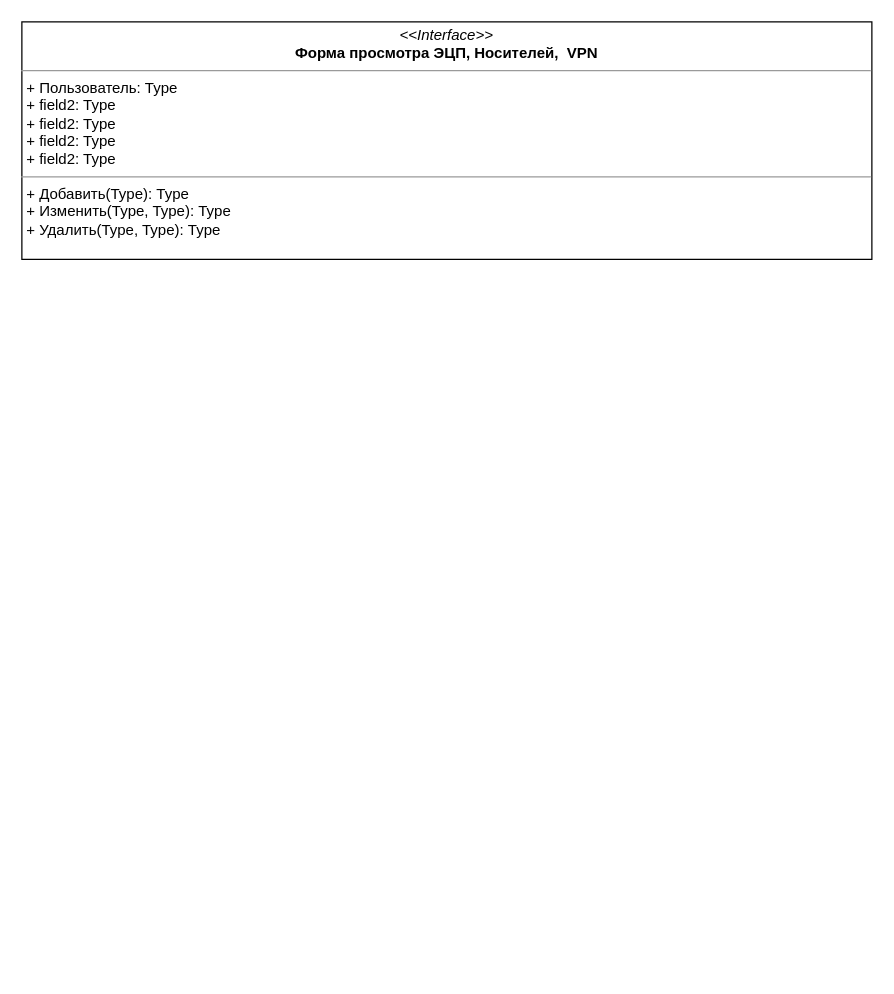
The draw.io diagram page "Формы" (2 of 2) of Ciska/Учет ЭЦП/Untitled Diagram.drawio in svoyakovav/diagrams, before the edit. Source tidied: cells renumbered, new cells numbered last; positions are measured from the earlier drawing's top-left corner, leaving out a move shared by most shapes. Both pictures are drawn from the tidied source at 125%, with x=0, y=0 at pixel (21, 21).
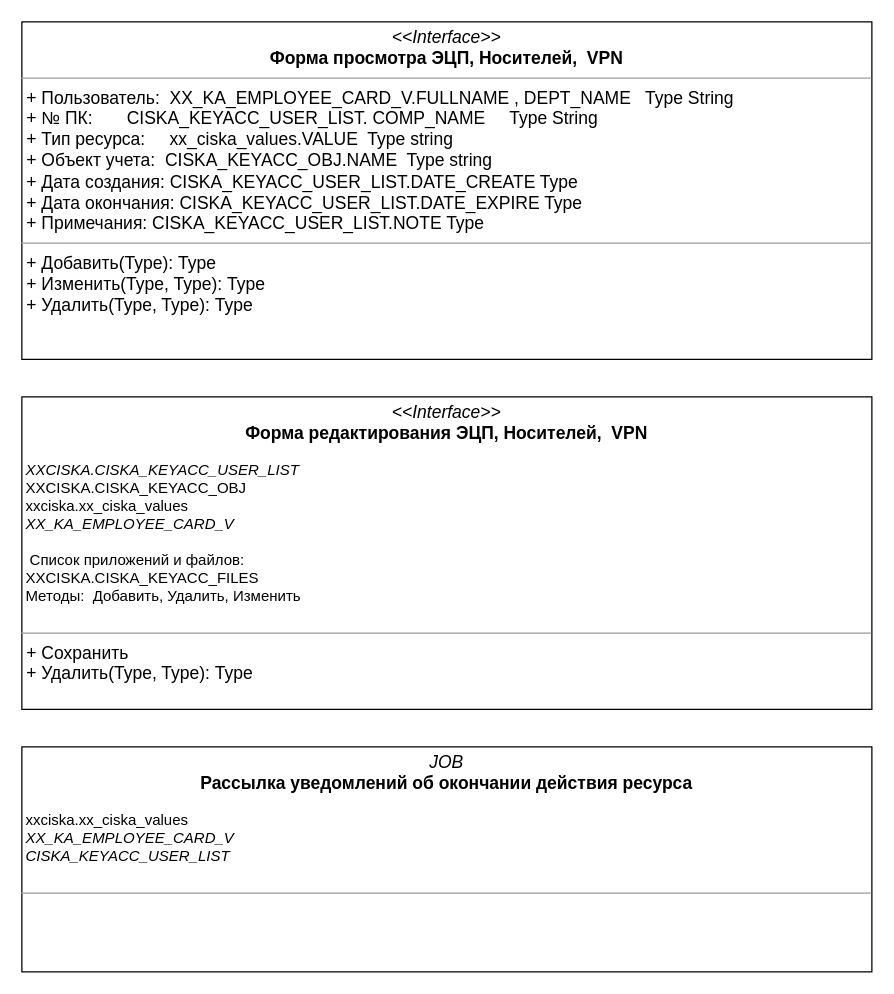
After the change.

The edit, as a diff of the source:
```diff
@@
 <mxGraphModel>
   <root>
     <mxCell id="0" />
     <mxCell id="1" parent="0" />
-    <mxCell id="2" value="&lt;p style=&quot;margin: 0px ; margin-top: 4px ; text-align: center&quot;&gt;&lt;i&gt;&amp;lt;&amp;lt;Interface&amp;gt;&amp;gt;&lt;/i&gt;&lt;br&gt;&lt;b&gt;Форма просмотра ЭЦП, Носителей,&amp;nbsp; VPN&lt;/b&gt;&lt;/p&gt;&lt;hr size=&quot;1&quot;&gt;&lt;p style=&quot;margin: 0px ; margin-left: 4px&quot;&gt;+ Пользователь: Type&lt;br&gt;+ field2: Type&lt;/p&gt;&lt;p style=&quot;margin: 0px ; margin-left: 4px&quot;&gt;+ field2: Type&lt;br&gt;&lt;/p&gt;&lt;p style=&quot;margin: 0px ; margin-left: 4px&quot;&gt;+ field2: Type&lt;br&gt;&lt;/p&gt;&lt;p style=&quot;margin: 0px ; margin-left: 4px&quot;&gt;+ field2: Type&lt;br&gt;&lt;/p&gt;&lt;hr size=&quot;1&quot;&gt;&lt;p style=&quot;margin: 0px ; margin-left: 4px&quot;&gt;+ Добавить(Type): Type&lt;br&gt;+ Изменить(Type, Type): Type&lt;/p&gt;&lt;p style=&quot;margin: 0px ; margin-left: 4px&quot;&gt;+ Удалить(Type, Type): Type&lt;br&gt;&lt;/p&gt;" style="verticalAlign=top;align=left;overflow=fill;fontSize=12;fontFamily=Helvetica;html=1;" parent="1" vertex="1">
-      <mxGeometry width="680" height="190" as="geometry" />
+    <mxCell id="2" value="&lt;p style=&quot;margin: 4px 0px 0px ; text-align: center ; font-size: 14px&quot;&gt;&lt;font style=&quot;font-size: 14px&quot;&gt;&lt;i&gt;&amp;lt;&amp;lt;Interface&amp;gt;&amp;gt;&lt;/i&gt;&lt;br&gt;&lt;b&gt;Форма просмотра ЭЦП, Носителей,&amp;nbsp; VPN&lt;/b&gt;&lt;/font&gt;&lt;/p&gt;&lt;hr size=&quot;1&quot; style=&quot;font-size: 14px&quot;&gt;&lt;p style=&quot;margin: 0px 0px 0px 4px ; font-size: 14px&quot;&gt;&lt;font style=&quot;font-size: 14px&quot;&gt;+ Пользователь:&amp;nbsp; XX_KA_EMPLOYEE_CARD_V.FULLNAME , DEPT_NAME&amp;nbsp;&amp;nbsp; Type String&amp;nbsp; &amp;nbsp;&amp;nbsp;&lt;br&gt;+ № ПК:&amp;nbsp;&lt;span&gt; &lt;/span&gt;&lt;span&gt; &lt;/span&gt;&amp;nbsp; &amp;nbsp; &amp;nbsp;CISKA_KEYACC_USER_LIST. COMP_NAME&amp;nbsp; &amp;nbsp;&lt;/font&gt;&lt;span&gt;&amp;nbsp;&lt;span&gt; &lt;/span&gt;&lt;span&gt; &lt;/span&gt;&lt;span&gt; &lt;/span&gt;Type String&amp;nbsp;&lt;/span&gt;&lt;span&gt;&amp;nbsp; &amp;nbsp; &amp;nbsp; &amp;nbsp; &amp;nbsp; &amp;nbsp; &amp;nbsp; &amp;nbsp; &amp;nbsp; &amp;nbsp; &amp;nbsp;&amp;nbsp;&lt;/span&gt;&lt;/p&gt;&lt;p style=&quot;margin: 0px 0px 0px 4px ; font-size: 14px&quot;&gt;&lt;font style=&quot;font-size: 14px&quot;&gt;+ Тип ресурса:&amp;nbsp; &amp;nbsp; &amp;nbsp;xx_ciska_values.VALUE&amp;nbsp;&lt;span&gt; &lt;/span&gt;Type string&amp;nbsp; &amp;nbsp; &amp;nbsp; &amp;nbsp; &amp;nbsp; &amp;nbsp; &amp;nbsp; &amp;nbsp; &amp;nbsp;&lt;br&gt;&lt;/font&gt;&lt;/p&gt;&lt;p style=&quot;margin: 0px 0px 0px 4px ; font-size: 14px&quot;&gt;&lt;font style=&quot;font-size: 14px&quot;&gt;+ Объект учета:&amp;nbsp; CISKA_KEYACC_OBJ.NAME&amp;nbsp; Type string&lt;br&gt;&lt;/font&gt;&lt;/p&gt;&lt;p style=&quot;margin: 0px 0px 0px 4px ; font-size: 14px&quot;&gt;&lt;font style=&quot;font-size: 14px&quot;&gt;+ Дата создания: CISKA_KEYACC_USER_LIST.DATE_CREATE Type&lt;br&gt;&lt;/font&gt;&lt;/p&gt;&lt;p style=&quot;margin: 0px 0px 0px 4px ; font-size: 14px&quot;&gt;&lt;font style=&quot;font-size: 14px&quot;&gt;+ Дата окончания: CISKA_KEYACC_USER_LIST.DATE_EXPIRE Type&lt;br&gt;&lt;/font&gt;&lt;/p&gt;&lt;p style=&quot;margin: 0px 0px 0px 4px ; font-size: 14px&quot;&gt;&lt;font style=&quot;font-size: 14px&quot;&gt;+ Примечания: CISKA_KEYACC_USER_LIST.NOTE Type&lt;br&gt;&lt;/font&gt;&lt;/p&gt;&lt;hr size=&quot;1&quot; style=&quot;font-size: 14px&quot;&gt;&lt;p style=&quot;margin: 0px 0px 0px 4px ; font-size: 14px&quot;&gt;&lt;font style=&quot;font-size: 14px&quot;&gt;+ Добавить(Type): Type&lt;br&gt;+ Изменить(Type, Type): Type&lt;/font&gt;&lt;/p&gt;&lt;p style=&quot;margin: 0px 0px 0px 4px ; font-size: 14px&quot;&gt;&lt;font style=&quot;font-size: 14px&quot;&gt;+ Удалить(Type, Type): Type&lt;/font&gt;&lt;br&gt;&lt;/p&gt;" style="verticalAlign=top;align=left;overflow=fill;fontSize=12;fontFamily=Helvetica;html=1;" parent="1" vertex="1">
+      <mxGeometry width="680" height="270" as="geometry" />
     </mxCell>
+    <mxCell id="3" value="&lt;p style=&quot;margin: 4px 0px 0px ; text-align: center ; font-size: 14px&quot;&gt;&lt;font style=&quot;font-size: 14px&quot;&gt;&lt;i&gt;&amp;lt;&amp;lt;Interface&amp;gt;&amp;gt;&lt;/i&gt;&lt;br&gt;&lt;b&gt;Форма редактирования ЭЦП, Носителей,&amp;nbsp; VPN&lt;/b&gt;&lt;/font&gt;&lt;/p&gt;&lt;p style=&quot;margin: 0px 0px 0px 4px ; font-size: 14px&quot;&gt;&lt;/p&gt;&lt;span style=&quot;font-style: italic ; text-align: center&quot;&gt;&amp;nbsp;&lt;br&gt;&amp;nbsp;XXCISKA.CISKA_KEYACC_USER_LIST&lt;br&gt;&lt;/span&gt;&lt;span style=&quot;text-align: center&quot;&gt;&amp;nbsp;XXCISKA.CISKA_KEYACC_OBJ&lt;br&gt;&lt;/span&gt;&lt;span style=&quot;font-style: italic ; text-align: center&quot;&gt;&amp;nbsp;&lt;/span&gt;&lt;span style=&quot;text-align: center&quot;&gt;xxciska.xx_ciska_values&lt;br&gt;&lt;/span&gt;&lt;span style=&quot;font-style: italic ; text-align: center&quot;&gt;&amp;nbsp;XX_KA_EMPLOYEE_CARD_V&lt;br&gt;&lt;/span&gt;&lt;span style=&quot;text-align: center&quot;&gt;&lt;br&gt;&amp;nbsp; Список приложений и файлов:&lt;br&gt;&lt;/span&gt;&lt;span style=&quot;text-align: center&quot;&gt;&amp;nbsp;XXCISKA.CISKA_KEYACC_FILES&amp;nbsp;&amp;nbsp;&lt;br&gt;&lt;/span&gt;&lt;span style=&quot;text-align: center&quot;&gt;&amp;nbsp;Методы:&amp;nbsp; Добавить, Удалить, Изменить&lt;br&gt;&lt;/span&gt;&lt;span style=&quot;font-style: italic ; text-align: center&quot;&gt;&lt;br&gt;&lt;/span&gt;&lt;hr size=&quot;1&quot; style=&quot;font-size: 14px&quot;&gt;&lt;p style=&quot;margin: 0px 0px 0px 4px ; font-size: 14px&quot;&gt;&lt;font style=&quot;font-size: 14px&quot;&gt;+ Сохранить&lt;br&gt;&lt;/font&gt;&lt;/p&gt;&lt;p style=&quot;margin: 0px 0px 0px 4px ; font-size: 14px&quot;&gt;&lt;font style=&quot;font-size: 14px&quot;&gt;+ Удалить(Type, Type): Type&lt;/font&gt;&lt;br&gt;&lt;/p&gt;" style="verticalAlign=top;align=left;overflow=fill;fontSize=12;fontFamily=Helvetica;html=1;" parent="1" vertex="1">
+      <mxGeometry y="300" width="680" height="250" as="geometry" />
+    </mxCell>
+    <mxCell id="4" value="&lt;p style=&quot;margin: 4px 0px 0px ; text-align: center ; font-size: 14px&quot;&gt;&lt;font style=&quot;font-size: 14px&quot;&gt;&lt;i&gt;JOB&lt;/i&gt;&lt;br&gt;&lt;b&gt;Рассылка уведомлений об окончании действия ресурса&lt;/b&gt;&lt;/font&gt;&lt;/p&gt;&lt;p style=&quot;margin: 0px 0px 0px 4px ; font-size: 14px&quot;&gt;&lt;/p&gt;&lt;span style=&quot;font-style: italic ; text-align: center&quot;&gt;&amp;nbsp;&lt;br&gt;&amp;nbsp;&lt;/span&gt;&lt;span style=&quot;text-align: center&quot;&gt;xxciska.xx_ciska_values&lt;/span&gt;&lt;br style=&quot;padding: 0px ; margin: 0px ; text-align: center&quot;&gt;&lt;span style=&quot;font-style: italic ; text-align: center&quot;&gt;&amp;nbsp;XX_KA_EMPLOYEE_CARD_V&lt;br&gt;&lt;/span&gt;&lt;span style=&quot;font-style: italic ; text-align: center&quot;&gt;&amp;nbsp;CISKA_KEYACC_USER_LIST&lt;/span&gt;&lt;span style=&quot;font-style: italic ; text-align: center&quot;&gt;&lt;br&gt;&lt;/span&gt;&lt;span style=&quot;text-align: center&quot;&gt;&amp;nbsp;&lt;/span&gt;&lt;span style=&quot;font-style: italic ; text-align: center&quot;&gt;&lt;br&gt;&lt;/span&gt;&lt;hr size=&quot;1&quot; style=&quot;font-size: 14px&quot;&gt;&lt;p style=&quot;margin: 0px 0px 0px 4px ; font-size: 14px&quot;&gt;&lt;br&gt;&lt;/p&gt;" style="verticalAlign=top;align=left;overflow=fill;fontSize=12;fontFamily=Helvetica;html=1;" parent="1" vertex="1">
+      <mxGeometry y="580" width="680" height="180" as="geometry" />
+    </mxCell>
   </root>
 </mxGraphModel>
```
